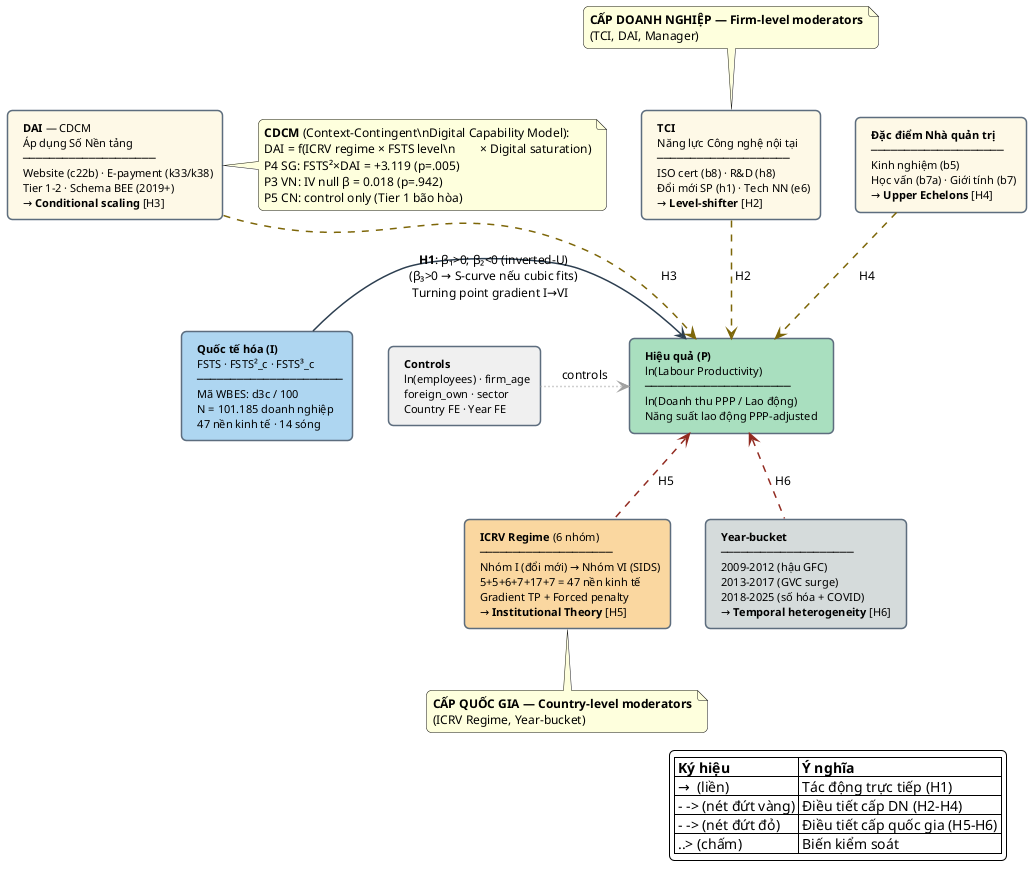
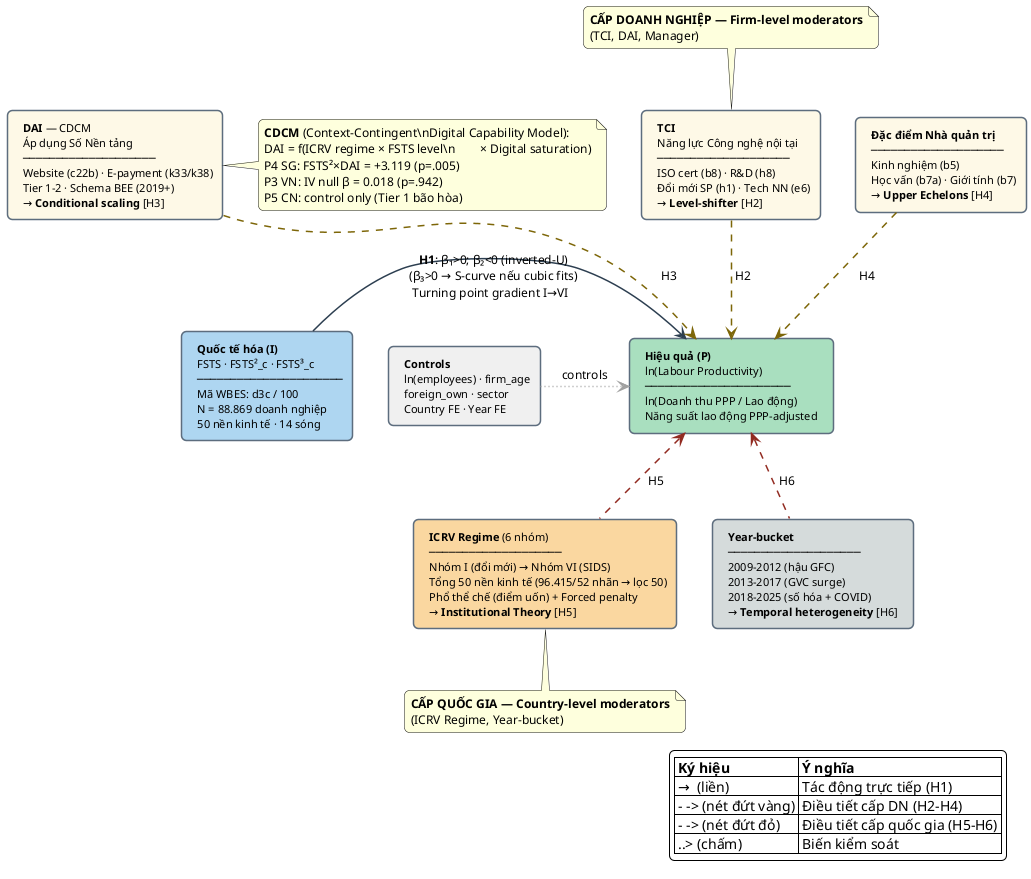
@startuml cd2_conceptual_model
' ══════════════════════════════════════════════════════════════════
' Hình 4.1 — Khung khái niệm tích hợp CĐ2
' Tác động của Quốc tế hóa (I) lên Hiệu quả (P)
' Điều tiết đa tầng: TCI · DAI/CDCM · Manager · ICRV · Year-bucket
- ' Pool: 101.185 doanh nghiệp × 47 nền kinh tế × 108 country-years
+ ' Pool: 88.869 doanh nghiệp × 50 nền kinh tế × 103 country-years
' Phiên bản 1.0 — 09/05/2026
' ══════════════════════════════════════════════════════════════════

skinparam backgroundColor white
skinparam defaultFontName Arial
skinparam defaultFontSize 12
skinparam shadowing false
skinparam roundcorner 10
skinparam ArrowColor #2C3E50
skinparam ArrowThickness 1.5
skinparam RectangleBorderColor #5D6D7E
skinparam RectangleBorderThickness 1.5
skinparam RectangleFontSize 11

' ── [1] Biến độc lập ────────────────────────────────────────────
- rectangle "  **Quốc tế hóa (I)**\n  FSTS · FSTS²_c · FSTS³_c\n  ──────────────────────\n  Mã WBES: d3c / 100\n  N = 101.185 doanh nghiệp\n  47 nền kinh tế · 14 sóng  " as IV #AED6F1
+ rectangle "  **Quốc tế hóa (I)**\n  FSTS · FSTS²_c · FSTS³_c\n  ──────────────────────\n  Mã WBES: d3c / 100\n  N = 88.869 doanh nghiệp\n  50 nền kinh tế · 14 sóng  " as IV #AED6F1

' ── [2] Biến phụ thuộc ──────────────────────────────────────────
rectangle "  **Hiệu quả (P)**\n  ln(Labour Productivity)\n  ──────────────────────\n  ln(Doanh thu PPP / Lao động)\n  Năng suất lao động PPP-adjusted  " as DV #A9DFBF

' ── [3] Điều tiết cấp doanh nghiệp (Firm-level) ────────────────
rectangle "  **TCI**\n  Năng lực Công nghệ nội tại\n  ────────────────────\n  ISO cert (b8) · R&D (h8)\n  Đổi mới SP (h1) · Tech NN (e6)\n  → **Level-shifter** [H2]  " as TCI #FEF9E7

rectangle "  **DAI** — CDCM\n  Áp dụng Số Nền tảng\n  ────────────────────\n  Website (c22b) · E-payment (k33/k38)\n  Tier 1–2 · Schema BEE (2019+)\n  → **Conditional scaling** [H3]  " as DAI #FEF9E7

rectangle "  **Đặc điểm Nhà quản trị**\n  ────────────────────\n  Kinh nghiệm (b5)\n  Học vấn (b7a) · Giới tính (b7)\n  → **Upper Echelons** [H4]  " as MGR #FEF9E7

' ── [4] Điều tiết cấp quốc gia (Country-level) ─────────────────
- rectangle "  **ICRV Regime** (6 nhóm)\n  ────────────────────\n  Nhóm I (đổi mới) → Nhóm VI (SIDS)\n  5+5+6+7+17+7 = 47 nền kinh tế\n  Gradient TP + Forced penalty\n  → **Institutional Theory** [H5]  " as ICRV #FAD7A0
+ rectangle "  **ICRV Regime** (6 nhóm)\n  ────────────────────\n  Nhóm I (đổi mới) → Nhóm VI (SIDS)\n  Tổng 50 nền kinh tế (96.415/52 nhãn → lọc 50)\n  Phổ thể chế (điểm uốn) + Forced penalty\n  → **Institutional Theory** [H5]  " as ICRV #FAD7A0

rectangle "  **Year-bucket**\n  ────────────────────\n  2009–2012 (hậu GFC)\n  2013–2017 (GVC surge)\n  2018–2025 (số hóa + COVID)\n  → **Temporal heterogeneity** [H6]  " as YB #D5DBDB

' ── [5] Biến kiểm soát ─────────────────────────────────────────
rectangle "  **Controls**\n  ln(employees) · firm_age\n  foreign_own · sector\n  Country FE · Year FE  " as CTRL #F0F0F0

' ── [6] Mối quan hệ chính ───────────────────────────────────────
IV -right-> DV : "  **H1**: β₁>0; β₂<0 (inverted-U)\n  (β₃>0 → S-curve nếu cubic fits)\n  Turning point gradient I→VI  "

' ── [7] Mối quan hệ điều tiết (dashed) ─────────────────────────
TCI -[dashed,#7D6608]down-> DV : " H2 "
DAI -[dashed,#7D6608]down-> DV : " H3 "
MGR -[dashed,#7D6608]down-> DV : " H4 "

ICRV -[dashed,#922B21]up-> DV : " H5 "
YB -[dashed,#922B21]up-> DV : " H6 "

CTRL -[dotted,#A0A0A0]right-> DV : " controls "

' ── [8] Ghi chú phân tầng ──────────────────────────────────────
note top of TCI
  **CẤP DOANH NGHIỆP — Firm-level moderators**
  (TCI, DAI, Manager)
end note

note bottom of ICRV
  **CẤP QUỐC GIA — Country-level moderators**
  (ICRV Regime, Year-bucket)
end note

' ── [9] Ghi chú CDCM ───────────────────────────────────────────
note right of DAI
  **CDCM** (Context-Contingent\nDigital Capability Model):
  DAI = f(ICRV regime × FSTS level\n        × Digital saturation)
  P4 SG: FSTS²×DAI = +3.119 (p=.005)
  P3 VN: IV null β = 0.018 (p=.942)
  P5 CN: control only (Tier 1 bão hòa)
end note

legend right
  |= Ký hiệu |= Ý nghĩa |
  | →  (liền) | Tác động trực tiếp (H1) |
  | - -> (nét đứt vàng) | Điều tiết cấp DN (H2–H4) |
  | - -> (nét đứt đỏ) | Điều tiết cấp quốc gia (H5–H6) |
  | ..> (chấm) | Biến kiểm soát |
endlegend

@enduml
